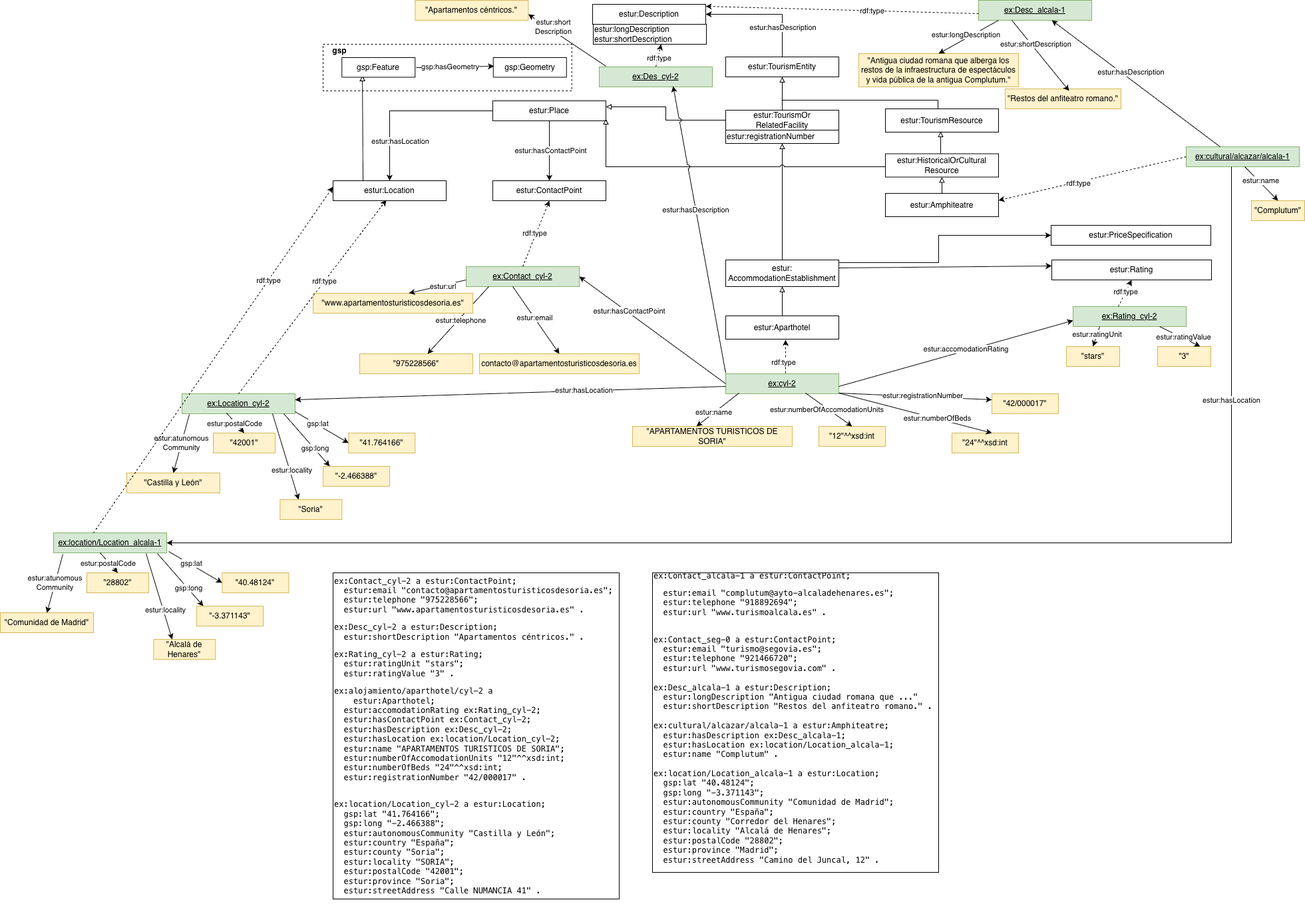
Earlier version of the draw.io export documentation/images/diagrama-ejemplos.png (EDINT-Ontologia/edint-ontologia-turismo). Source tidied: cells renumbered, new cells last; positions are measured from the earlier drawing's top-left corner, leaving out a move shared by most shapes.
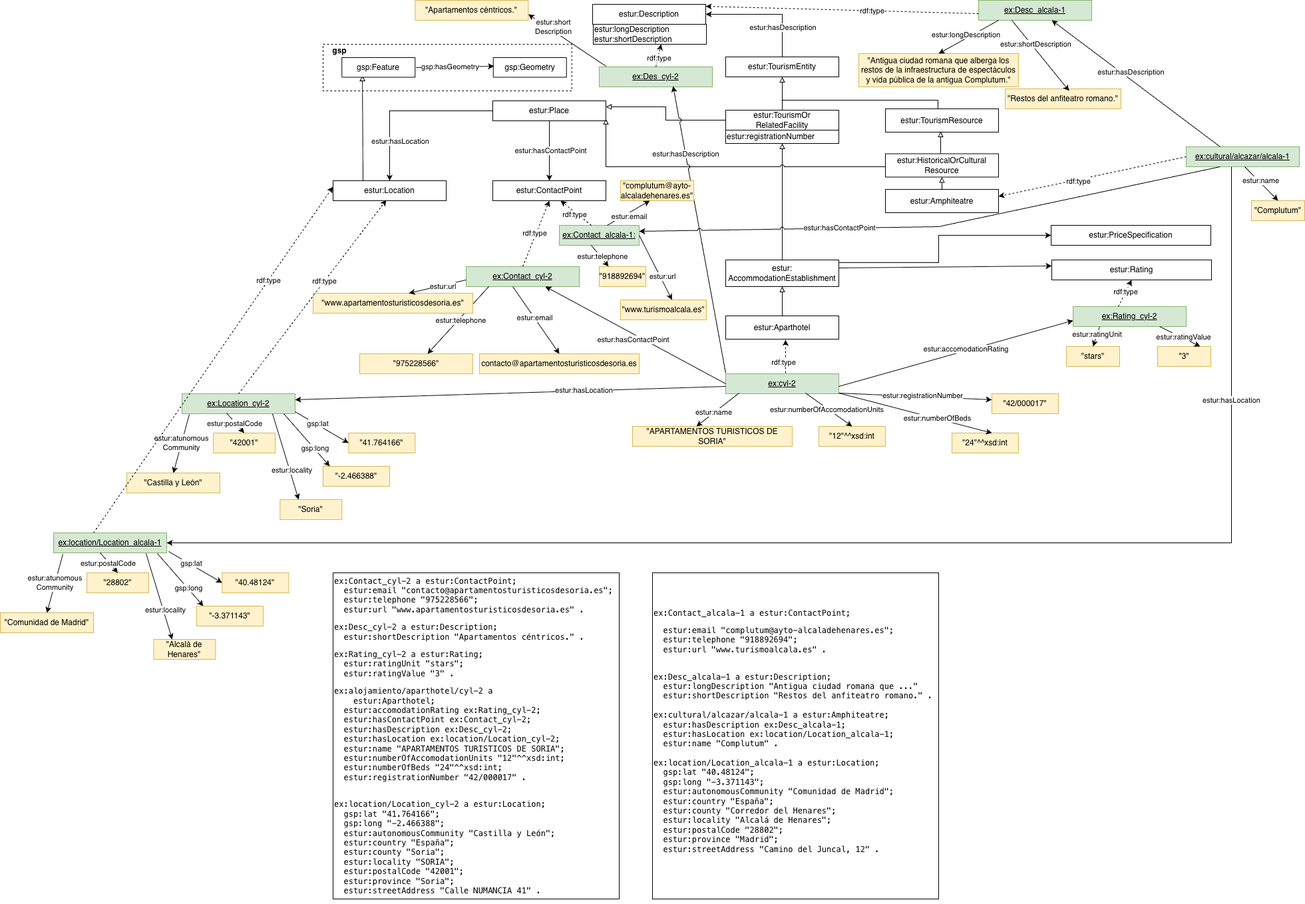
After the change.

The edit, as a diff of the source:
```diff
@@ -234,11 +234,13 @@
     <mxCell id="65" value="&lt;div style=&quot;&quot;&gt;&lt;u&gt;&lt;span style=&quot;background-color: transparent; color: light-dark(rgb(0, 0, 0), rgb(255, 255, 255));&quot;&gt;ex:&lt;/span&gt;&lt;/u&gt;&lt;span style=&quot;background-color: transparent;&quot;&gt;&lt;u&gt;cyl-2&lt;/u&gt;&lt;/span&gt;&lt;span style=&quot;background-color: transparent; color: light-dark(rgb(0, 0, 0), rgb(255, 255, 255));&quot;&gt;&lt;br&gt;&lt;/span&gt;&lt;/div&gt;" style="rounded=0;whiteSpace=wrap;html=1;snapToPoint=1;points=[[0.1,0],[0.2,0],[0.3,0],[0.4,0],[0.5,0],[0.6,0],[0.7,0],[0.8,0],[0.9,0],[0,0.1],[0,0.3],[0,0.5],[0,0.7],[0,0.9],[0.1,1],[0.2,1],[0.3,1],[0.4,1],[0.5,1],[0.6,1],[0.7,1],[0.8,1],[0.9,1],[1,0.1],[1,0.3],[1,0.5],[1,0.7],[1,0.9]];align=center;fillColor=#d5e8d4;strokeColor=#82b366;" parent="1" vertex="1">
       <mxGeometry x="1090" y="561" width="170" height="30" as="geometry" />
     </mxCell>
-    <mxCell id="66" style="endArrow=classic;html=1;rounded=0;entryX=1;entryY=0.5;entryDx=0;entryDy=0;exitX=0;exitY=0.5;exitDx=0;exitDy=0;" parent="1" edge="1" source="65" target="36">
+    <mxCell id="66" style="endArrow=classic;html=1;rounded=0;entryX=0.7;entryY=1;entryDx=0;entryDy=0;exitX=0;exitY=0.5;exitDx=0;exitDy=0;" parent="1" edge="1" source="65" target="36">
       <mxGeometry relative="1" as="geometry" />
     </mxCell>
     <mxCell id="67" value="estur:hasContactPoint" style="edgeLabel;html=1;align=center;verticalAlign=middle;" parent="66" vertex="1">
-      <mxGeometry x="0.33" y="-2" relative="1" as="geometry" />
+      <mxGeometry x="0.33" y="-2" relative="1" as="geometry">
+        <mxPoint x="40" y="32" as="offset" />
+      </mxGeometry>
     </mxCell>
     <mxCell id="68" style="endArrow=classic;html=1;rounded=0;dashed=1;" parent="1" edge="1">
       <mxGeometry relative="1" as="geometry">
@@ -277,7 +279,9 @@
       </mxGeometry>
     </mxCell>
     <mxCell id="77" value="estur:hasDescription" style="edgeLabel;html=1;align=center;verticalAlign=middle;" parent="76" vertex="1">
-      <mxGeometry x="0.14" relative="1" as="geometry" />
+      <mxGeometry x="0.14" relative="1" as="geometry">
+        <mxPoint x="-15" y="-84" as="offset" />
+      </mxGeometry>
     </mxCell>
     <mxCell id="78" style="endArrow=classic;html=1;rounded=0;entryX=0;entryY=0.7;entryDx=0;entryDy=0;" parent="1" edge="1" target="54">
       <mxGeometry relative="1" as="geometry">
@@ -381,7 +385,7 @@
       <mxGeometry x="0.32" y="3" relative="1" as="geometry" />
     </mxCell>
     <mxCell id="107" value="&lt;div style=&quot;&quot;&gt;&lt;span style=&quot;background-color: transparent; color: light-dark(rgb(0, 0, 0), rgb(255, 255, 255));&quot;&gt;estur:Amphiteatre&lt;/span&gt;&lt;/div&gt;" style="rounded=0;whiteSpace=wrap;html=1;snapToPoint=1;points=[[0.1,0],[0.2,0],[0.3,0],[0.4,0],[0.5,0],[0.6,0],[0.7,0],[0.8,0],[0.9,0],[0,0.1],[0,0.3],[0,0.5],[0,0.7],[0,0.9],[0.1,1],[0.2,1],[0.3,1],[0.4,1],[0.5,1],[0.6,1],[0.7,1],[0.8,1],[0.9,1],[1,0.1],[1,0.3],[1,0.5],[1,0.7],[1,0.9]];align=center;" parent="1" vertex="1">
-      <mxGeometry x="1330" y="290" width="170" height="35" as="geometry" />
+      <mxGeometry x="1330" y="284" width="170" height="35" as="geometry" />
     </mxCell>
     <mxCell id="108" style="endArrow=block;html=1;rounded=0;exitX=0.5;exitY=0;exitDx=0;exitDy=0;entryX=0.5;entryY=1;entryDx=0;entryDy=0;endFill=0;" parent="1" edge="1" source="107" target="33">
       <mxGeometry relative="1" as="geometry" />
@@ -536,8 +540,58 @@
     <mxCell id="146" value="&lt;pre&gt;ex:Contact_cyl-2 a estur:ContactPoint;&lt;br&gt;&amp;nbsp; estur:email &quot;contacto@apartamentosturisticosdesoria.es&quot;;&lt;br&gt;&amp;nbsp; estur:telephone &quot;975228566&quot;;&lt;br&gt;&amp;nbsp; estur:url &quot;www.apartamentosturisticosdesoria.es&quot; .&lt;/pre&gt;&lt;pre&gt;ex:Desc_cyl-2 a estur:Description;&lt;br&gt;&amp;nbsp; estur:shortDescription &quot;Apartamentos céntricos.&quot; .&lt;/pre&gt;&lt;pre&gt;ex:Rating_cyl-2 a estur:Rating;&lt;br&gt;&amp;nbsp; estur:ratingUnit &quot;stars&quot;;&lt;br&gt;&amp;nbsp; estur:ratingValue &quot;3&quot; .&lt;/pre&gt;&lt;pre&gt;ex:alojamiento/aparthotel/cyl-2 a&lt;br&gt;&amp;nbsp; &amp;nbsp; estur:Aparthotel;&lt;br&gt;&amp;nbsp; estur:accomodationRating ex:Rating_cyl-2;&lt;br&gt;&amp;nbsp; estur:hasContactPoint ex:Contact_cyl-2;&lt;br&gt;&amp;nbsp; estur:hasDescription ex:Desc_cyl-2;&lt;br&gt;&amp;nbsp; estur:hasLocation ex:location/Location_cyl-2;&lt;br&gt;&amp;nbsp; estur:name &quot;APARTAMENTOS TURISTICOS DE SORIA&quot;;&lt;br&gt;&amp;nbsp; estur:numberOfAccomodationUnits &quot;12&quot;^^xsd:int;&lt;br&gt;&amp;nbsp; estur:numberOfBeds &quot;24&quot;^^xsd:int;&lt;br&gt;&amp;nbsp; estur:registrationNumber &quot;42/000017&quot; .&lt;/pre&gt;&lt;pre&gt;&lt;br&gt;ex:location/Location_cyl-2 a estur:Location;&lt;br&gt;&amp;nbsp; gsp:lat &quot;41.764166&quot;;&lt;br&gt;&amp;nbsp; gsp:long &quot;-2.466388&quot;;&lt;br&gt;&amp;nbsp; estur:autonomousCommunity &quot;Castilla y León&quot;;&lt;br&gt;&amp;nbsp; estur:country &quot;España&quot;;&lt;br&gt;&amp;nbsp; estur:county &quot;Soria&quot;;&lt;br&gt;&amp;nbsp; estur:locality &quot;SORIA&quot;;&lt;br&gt;&amp;nbsp; estur:postalCode &quot;42001&quot;;&lt;br&gt;&amp;nbsp; estur:province &quot;Soria&quot;;&lt;br&gt;&amp;nbsp; estur:streetAddress &quot;Calle NUMANCIA 41&quot; .&lt;/pre&gt;" style="rounded=0;whiteSpace=wrap;html=1;align=left;" parent="1" vertex="1">
       <mxGeometry x="500" y="860" width="430" height="490" as="geometry" />
     </mxCell>
-    <mxCell id="147" value="&lt;pre&gt;ex:Contact_alcala-1 a estur:ContactPoint;&lt;br&gt;&lt;pre&gt;  estur:email &quot;complutum@ayto-alcaladehenares.es&quot;;&lt;br&gt;  estur:telephone &quot;918892694&quot;;&lt;br&gt;  estur:url &quot;www.turismoalcala.es&quot; .&lt;/pre&gt;&lt;br&gt;ex:Contact_seg-0 a estur:ContactPoint;&lt;br&gt;  estur:email &quot;turismo@segovia.es&quot;;&lt;br&gt;  estur:telephone &quot;921466720&quot;;&lt;br&gt;  estur:url &quot;www.turismosegovia.com&quot; .&lt;br&gt;&lt;br&gt;ex:Desc_alcala-1 a estur:Description;&lt;br&gt;  estur:longDescription &quot;Antigua ciudad romana que ...&quot;&lt;br&gt;  estur:shortDescription &quot;Restos del anfiteatro romano.&quot; .&lt;br&gt;&lt;br&gt;ex:cultural/alcazar/alcala-1 a estur:Amphiteatre;&lt;br&gt;  estur:hasDescription ex:Desc_alcala-1;&lt;br&gt;  estur:hasLocation ex:location/Location_alcala-1;&lt;br&gt;  estur:name &quot;Complutum&quot; .&lt;br&gt;&lt;br&gt;ex:location/Location_alcala-1 a estur:Location;&lt;br&gt;  gsp:lat &quot;40.48124&quot;;&lt;br&gt;  gsp:long &quot;-3.371143&quot;;&lt;br&gt;  estur:autonomousCommunity &quot;Comunidad de Madrid&quot;;&lt;br&gt;  estur:country &quot;España&quot;;&lt;br&gt;  estur:county &quot;Corredor del Henares&quot;;&lt;br&gt;  estur:locality &quot;Alcalá de Henares&quot;;&lt;br&gt;  estur:postalCode &quot;28802&quot;;&lt;br&gt;  estur:province &quot;Madrid&quot;;&lt;br&gt;  estur:streetAddress &quot;Camino del Juncal, 12&quot; .&lt;br&gt;&lt;/pre&gt;&lt;div&gt;&lt;br&gt;&lt;/div&gt;" style="rounded=0;whiteSpace=wrap;html=1;align=left;" parent="1" vertex="1">
-      <mxGeometry x="980" y="860" width="430" height="450" as="geometry" />
+    <mxCell id="147" value="&lt;pre&gt;ex:Contact_alcala-1 a estur:ContactPoint;&lt;br&gt;&lt;pre&gt;  estur:email &quot;complutum@ayto-alcaladehenares.es&quot;;&lt;br&gt;  estur:telephone &quot;918892694&quot;;&lt;br&gt;  estur:url &quot;www.turismoalcala.es&quot; .&lt;/pre&gt;&lt;br&gt;ex:Desc_alcala-1 a estur:Description;&lt;br&gt;  estur:longDescription &quot;Antigua ciudad romana que ...&quot;&lt;br&gt;  estur:shortDescription &quot;Restos del anfiteatro romano.&quot; .&lt;br&gt;&lt;br&gt;ex:cultural/alcazar/alcala-1 a estur:Amphiteatre;&lt;br&gt;  estur:hasDescription ex:Desc_alcala-1;&lt;br&gt;  estur:hasLocation ex:location/Location_alcala-1;&lt;br&gt;  estur:name &quot;Complutum&quot; .&lt;br&gt;&lt;br&gt;ex:location/Location_alcala-1 a estur:Location;&lt;br&gt;  gsp:lat &quot;40.48124&quot;;&lt;br&gt;  gsp:long &quot;-3.371143&quot;;&lt;br&gt;  estur:autonomousCommunity &quot;Comunidad de Madrid&quot;;&lt;br&gt;  estur:country &quot;España&quot;;&lt;br&gt;  estur:county &quot;Corredor del Henares&quot;;&lt;br&gt;  estur:locality &quot;Alcalá de Henares&quot;;&lt;br&gt;  estur:postalCode &quot;28802&quot;;&lt;br&gt;  estur:province &quot;Madrid&quot;;&lt;br&gt;  estur:streetAddress &quot;Camino del Juncal, 12&quot; .&lt;br&gt;&lt;/pre&gt;&lt;div&gt;&lt;br&gt;&lt;/div&gt;" style="rounded=0;whiteSpace=wrap;html=1;align=left;" parent="1" vertex="1">
+      <mxGeometry x="980" y="860" width="430" height="490" as="geometry" />
     </mxCell>
+    <mxCell id="148" value="&lt;div style=&quot;&quot;&gt;&lt;span style=&quot;background-color: transparent;&quot;&gt;&lt;u&gt;ex:Contact_alcala-1&lt;/u&gt;&lt;/span&gt;&lt;span style=&quot;background-color: transparent; color: light-dark(rgb(0, 0, 0), rgb(255, 255, 255));&quot;&gt;&lt;u&gt;:&lt;/u&gt;&lt;/span&gt;&lt;/div&gt;" style="rounded=0;whiteSpace=wrap;html=1;snapToPoint=1;points=[[0.1,0],[0.2,0],[0.3,0],[0.4,0],[0.5,0],[0.6,0],[0.7,0],[0.8,0],[0.9,0],[0,0.1],[0,0.3],[0,0.5],[0,0.7],[0,0.9],[0.1,1],[0.2,1],[0.3,1],[0.4,1],[0.5,1],[0.6,1],[0.7,1],[0.8,1],[0.9,1],[1,0.1],[1,0.3],[1,0.5],[1,0.7],[1,0.9]];align=center;fillColor=#d5e8d4;strokeColor=#82b366;" parent="1" vertex="1">
+      <mxGeometry x="840" y="338" width="120" height="30" as="geometry" />
+    </mxCell>
+    <mxCell id="149" style="endArrow=classic;html=1;rounded=0;exitX=0.4;exitY=0;exitDx=0;exitDy=0;dashed=1;entryX=0.6;entryY=1;entryDx=0;entryDy=0;" parent="1" edge="1" source="148" target="21">
+      <mxGeometry relative="1" as="geometry" />
+    </mxCell>
+    <mxCell id="150" value="rdf:type" style="edgeLabel;html=1;align=center;verticalAlign=middle;" parent="149" vertex="1">
+      <mxGeometry y="3" relative="1" as="geometry" />
+    </mxCell>
+    <mxCell id="151" value="&lt;div style=&quot;&quot;&gt;&quot;918892694&quot;&lt;/div&gt;" style="rounded=0;whiteSpace=wrap;html=1;snapToPoint=1;points=[[0.1,0],[0.2,0],[0.3,0],[0.4,0],[0.5,0],[0.6,0],[0.7,0],[0.8,0],[0.9,0],[0,0.1],[0,0.3],[0,0.5],[0,0.7],[0,0.9],[0.1,1],[0.2,1],[0.3,1],[0.4,1],[0.5,1],[0.6,1],[0.7,1],[0.8,1],[0.9,1],[1,0.1],[1,0.3],[1,0.5],[1,0.7],[1,0.9]];align=center;fillColor=#fff2cc;strokeColor=#d6b656;" parent="1" vertex="1">
+      <mxGeometry x="900" y="400" width="70" height="30" as="geometry" />
+    </mxCell>
+    <mxCell id="152" value="&lt;div style=&quot;&quot;&gt;&quot;www.turismoalcala.es&quot;&lt;/div&gt;" style="rounded=0;whiteSpace=wrap;html=1;snapToPoint=1;points=[[0.1,0],[0.2,0],[0.3,0],[0.4,0],[0.5,0],[0.6,0],[0.7,0],[0.8,0],[0.9,0],[0,0.1],[0,0.3],[0,0.5],[0,0.7],[0,0.9],[0.1,1],[0.2,1],[0.3,1],[0.4,1],[0.5,1],[0.6,1],[0.7,1],[0.8,1],[0.9,1],[1,0.1],[1,0.3],[1,0.5],[1,0.7],[1,0.9]];align=center;fillColor=#fff2cc;strokeColor=#d6b656;" parent="1" vertex="1">
+      <mxGeometry x="932" y="450" width="129" height="30" as="geometry" />
+    </mxCell>
+    <mxCell id="153" style="endArrow=classic;html=1;rounded=0;entryX=0.2;entryY=0;entryDx=0;entryDy=0;exitX=0.4;exitY=1;exitDx=0;exitDy=0;" parent="1" edge="1" source="148" target="151">
+      <mxGeometry relative="1" as="geometry" />
+    </mxCell>
+    <mxCell id="154" value="estur:telephone" style="edgeLabel;html=1;align=center;verticalAlign=middle;" parent="153" vertex="1">
+      <mxGeometry x="0.1" y="2" relative="1" as="geometry" />
+    </mxCell>
+    <mxCell id="155" style="endArrow=classic;html=1;rounded=0;entryX=0.6;entryY=0;entryDx=0;entryDy=0;exitX=1;exitY=0.5;exitDx=0;exitDy=0;" parent="1" edge="1" source="148" target="152">
+      <mxGeometry relative="1" as="geometry" />
+    </mxCell>
+    <mxCell id="156" value="estur:url" style="edgeLabel;html=1;align=center;verticalAlign=middle;" parent="155" vertex="1">
+      <mxGeometry x="0.28" y="3" relative="1" as="geometry" />
+    </mxCell>
+    <mxCell id="157" value="&lt;div style=&quot;&quot;&gt;&quot;complutum@ayto-alcaladehenares.es&quot;&lt;/div&gt;" style="rounded=0;whiteSpace=wrap;html=1;snapToPoint=1;points=[[0.1,0],[0.2,0],[0.3,0],[0.4,0],[0.5,0],[0.6,0],[0.7,0],[0.8,0],[0.9,0],[0,0.1],[0,0.3],[0,0.5],[0,0.7],[0,0.9],[0.1,1],[0.2,1],[0.3,1],[0.4,1],[0.5,1],[0.6,1],[0.7,1],[0.8,1],[0.9,1],[1,0.1],[1,0.3],[1,0.5],[1,0.7],[1,0.9]];align=center;fillColor=#fff2cc;strokeColor=#d6b656;" parent="1" vertex="1">
+      <mxGeometry x="932" y="271" width="110" height="30" as="geometry" />
+    </mxCell>
+    <mxCell id="158" style="endArrow=classic;html=1;rounded=0;exitX=0.6;exitY=0;exitDx=0;exitDy=0;entryX=0.4;entryY=1;entryDx=0;entryDy=0;" parent="1" edge="1" source="148" target="157">
+      <mxGeometry relative="1" as="geometry" />
+    </mxCell>
+    <mxCell id="159" value="estur:email" style="edgeLabel;html=1;align=center;verticalAlign=middle;" parent="158" vertex="1">
+      <mxGeometry x="-0.39" y="-1" relative="1" as="geometry">
+        <mxPoint x="13" y="-3" as="offset" />
+      </mxGeometry>
+    </mxCell>
+    <mxCell id="160" style="endArrow=classic;html=1;rounded=0;entryX=1;entryY=0.3;entryDx=0;entryDy=0;exitX=0.3;exitY=1;exitDx=0;exitDy=0;jumpStyle=arc;" parent="1" edge="1" source="109" target="148">
+      <mxGeometry relative="1" as="geometry">
+        <Array as="points">
+          <mxPoint x="1410" y="340" />
+        </Array>
+      </mxGeometry>
+    </mxCell>
+    <mxCell id="161" value="estur:hasContactPoint" style="edgeLabel;html=1;align=center;verticalAlign=middle;" parent="160" vertex="1">
+      <mxGeometry x="0.3" relative="1" as="geometry">
+        <mxPoint x="-10" y="-1" as="offset" />
+      </mxGeometry>
+    </mxCell>
   </root>
 </mxGraphModel>
```
